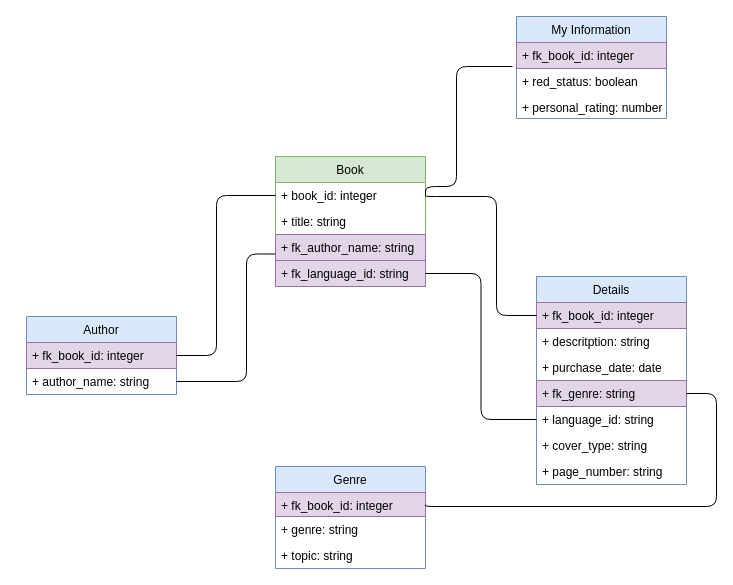
VikaLee1/Database_Day1 keeps this draw.io diagram as page "Step4 -Refine" (4 of 4) of Viktoria/home_library.drawio. Above is the earlier version. Source tidied: cells renumbered, new cells numbered last; positions are measured from the earlier drawing's top-left corner, leaving out a move shared by most shapes. Both pictures are drawn from the tidied source at 100%, with x=0, y=0 at pixel (26, 16).
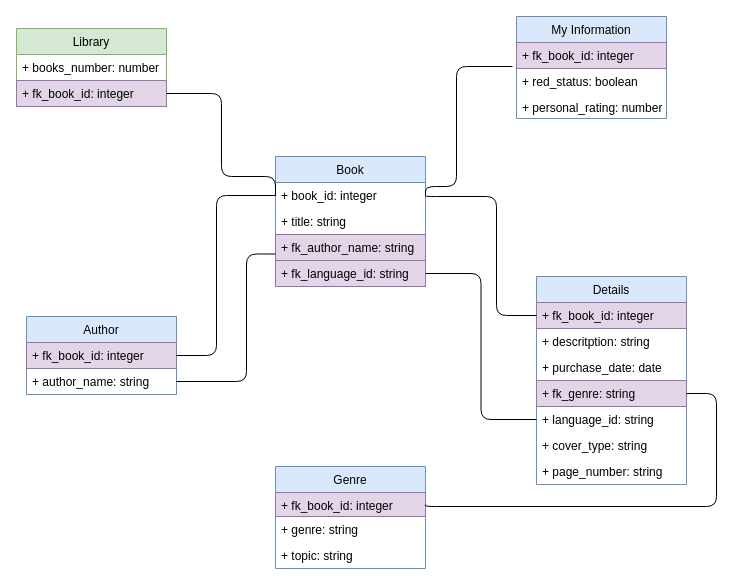
The same diagram, later.

Commit message (it also covers changes not shown here):
library and auction

Unchanged cells that the change refers to:
```xml
<mxCell id="3" value="+ book_id: integer" style="text;strokeColor=none;fillColor=none;align=left;verticalAlign=top;spacingLeft=4;spacingRight=4;overflow=hidden;points=[[0,0.5],[1,0.5]];portConstraint=eastwest;" parent="2" vertex="1">
  <mxGeometry y="26" width="150" height="26" as="geometry" />
</mxCell>
```

The edit, as a diff of the source:
```diff
@@
-    <mxCell id="2" value="Book" style="swimlane;fontStyle=0;horizontal=1;startSize=26;fillColor=#d5e8d4;strokeColor=#82b366;" parent="1" vertex="1">
+    <mxCell id="2" value="Book" style="swimlane;fontStyle=0;horizontal=1;startSize=26;fillColor=#dae8fc;strokeColor=#6c8ebf;" parent="1" vertex="1">
       <mxGeometry x="249" y="140" width="150" height="130" as="geometry" />
     </mxCell>
@@
+    <mxCell id="32" value="Library" style="swimlane;fontStyle=0;horizontal=1;startSize=26;fillColor=#d5e8d4;strokeColor=#82b366;" parent="1" vertex="1">
+      <mxGeometry x="-10" y="12" width="150" height="78" as="geometry" />
+    </mxCell>
+    <mxCell id="33" value="+ books_number: number" style="text;align=left;verticalAlign=top;spacingLeft=4;spacingRight=4;overflow=hidden;" parent="32" vertex="1">
+      <mxGeometry y="26" width="150" height="26" as="geometry" />
+    </mxCell>
+    <mxCell id="34" value="+ fk_book_id: integer" style="text;align=left;verticalAlign=top;spacingLeft=4;spacingRight=4;overflow=hidden;points=[[0,0.5],[1,0.5]];portConstraint=eastwest;fillColor=#e1d5e7;strokeColor=#9673a6;" parent="32" vertex="1">
+      <mxGeometry y="52" width="150" height="26" as="geometry" />
+    </mxCell>
+    <mxCell id="35" style="edgeStyle=orthogonalEdgeStyle;rounded=1;html=1;entryX=0;entryY=0.5;entryDx=0;entryDy=0;startArrow=none;startFill=0;endArrow=none;endFill=0;strokeColor=default;" parent="1" edge="1" source="34" target="3">
+      <mxGeometry relative="1" as="geometry">
+        <Array as="points">
+          <mxPoint x="195" y="77" />
+          <mxPoint x="195" y="160" />
+          <mxPoint x="249" y="160" />
+        </Array>
+      </mxGeometry>
+    </mxCell>
```
